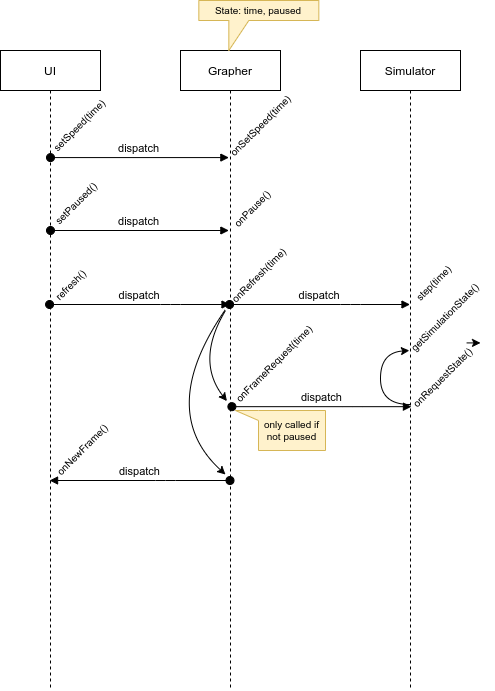
Before: design/diagrams/sequence/graph sequence.png, a diagram exported from draw.io (EmmanuelMess/ConstraintBasedSimulator). Source tidied: cells renumbered, new cells last; positions are measured from the earlier drawing's top-left corner, leaving out a move shared by most shapes. The source it was exported from:
```xml
<mxGraphModel>
  <root>
    <mxCell id="0" />
    <mxCell id="1" parent="0" />
    <mxCell id="2" value="UI" style="shape=umlLifeline;perimeter=lifelinePerimeter;rounded=0;shadow=0;strokeWidth=1;" parent="1" vertex="1">
      <mxGeometry y="50" width="100" height="640" as="geometry" />
    </mxCell>
    <mxCell id="3" value="&lt;font style=&quot;font-size: 10px;&quot;&gt;refresh()&lt;/font&gt;" style="text;html=1;strokeColor=none;fillColor=none;align=center;verticalAlign=middle;whiteSpace=wrap;rounded=0;rotation=-45;" parent="2" vertex="1">
      <mxGeometry x="45.7" y="220" width="48.5" height="30" as="geometry" />
    </mxCell>
    <mxCell id="4" value="Grapher" style="shape=umlLifeline;perimeter=lifelinePerimeter;rounded=0;shadow=0;strokeWidth=1;" parent="1" vertex="1">
      <mxGeometry x="180" y="50" width="100" height="640" as="geometry" />
    </mxCell>
    <mxCell id="5" value="Simulator" style="shape=umlLifeline;perimeter=lifelinePerimeter;rounded=0;shadow=0;strokeWidth=1;" parent="1" vertex="1">
      <mxGeometry x="360" y="50" width="100" height="640" as="geometry" />
    </mxCell>
    <mxCell id="6" value="dispatch" style="verticalAlign=bottom;startArrow=oval;endArrow=block;startSize=8;shadow=0;strokeWidth=1;strokeColor=default;" parent="1" edge="1" source="2" target="4">
      <mxGeometry relative="1" as="geometry">
        <Array as="points">
          <mxPoint x="170" y="304" />
        </Array>
      </mxGeometry>
    </mxCell>
    <mxCell id="7" value="&lt;font style=&quot;font-size: 10px;&quot;&gt;setSpeed(time)&lt;/font&gt;" style="text;html=1;strokeColor=none;fillColor=none;align=center;verticalAlign=middle;whiteSpace=wrap;rounded=0;rotation=-45;" parent="1" vertex="1">
      <mxGeometry x="36" y="110" width="85.9" height="30" as="geometry" />
    </mxCell>
    <mxCell id="8" value="dispatch" style="verticalAlign=bottom;startArrow=oval;endArrow=block;startSize=8;shadow=0;strokeWidth=1;entryX=0.483;entryY=0.233;entryDx=0;entryDy=0;entryPerimeter=0;" parent="1" edge="1">
      <mxGeometry relative="1" as="geometry">
        <mxPoint x="50" y="157.1" as="sourcePoint" />
        <mxPoint x="228.4" y="157.1" as="targetPoint" />
      </mxGeometry>
    </mxCell>
    <mxCell id="9" value="&lt;font style=&quot;font-size: 10px;&quot;&gt;setPaused()&lt;/font&gt;" style="text;html=1;strokeColor=none;fillColor=none;align=center;verticalAlign=middle;whiteSpace=wrap;rounded=0;rotation=-45;" parent="1" vertex="1">
      <mxGeometry x="38.9" y="188.3" width="73.8" height="30" as="geometry" />
    </mxCell>
    <mxCell id="10" value="dispatch" style="verticalAlign=bottom;startArrow=oval;endArrow=block;startSize=8;shadow=0;strokeWidth=1;entryX=0.483;entryY=0.233;entryDx=0;entryDy=0;entryPerimeter=0;" parent="1" edge="1">
      <mxGeometry relative="1" as="geometry">
        <mxPoint x="50" y="230" as="sourcePoint" />
        <mxPoint x="228.4" y="230" as="targetPoint" />
      </mxGeometry>
    </mxCell>
    <mxCell id="11" value="&lt;font style=&quot;font-size: 10px;&quot;&gt;onRefresh(time)&lt;/font&gt;" style="text;html=1;strokeColor=none;fillColor=none;align=center;verticalAlign=middle;whiteSpace=wrap;rounded=0;rotation=-45;" parent="1" vertex="1">
      <mxGeometry x="218.5" y="260.5" width="80" height="30" as="geometry" />
    </mxCell>
    <mxCell id="12" value="dispatch" style="verticalAlign=bottom;startArrow=oval;endArrow=block;startSize=8;shadow=0;strokeWidth=1;" parent="1" edge="1" source="4" target="5">
      <mxGeometry relative="1" as="geometry">
        <Array as="points">
          <mxPoint x="350.1" y="304" />
        </Array>
      </mxGeometry>
    </mxCell>
    <mxCell id="13" value="&lt;font style=&quot;font-size: 10px;&quot;&gt;step(time)&lt;/font&gt;" style="text;html=1;strokeColor=none;fillColor=none;align=center;verticalAlign=middle;whiteSpace=wrap;rounded=0;rotation=-45;" parent="1" vertex="1">
      <mxGeometry x="402.9" y="267.5" width="60" height="30" as="geometry" />
    </mxCell>
    <mxCell id="14" value="&lt;font style=&quot;font-size: 10px;&quot;&gt;onFrameRequest(time)&lt;/font&gt;" style="text;html=1;strokeColor=none;fillColor=none;align=center;verticalAlign=middle;whiteSpace=wrap;rounded=0;rotation=-45;" parent="1" vertex="1">
      <mxGeometry x="214.1" y="348.5" width="120" height="30" as="geometry" />
    </mxCell>
    <mxCell id="15" value="dispatch" style="verticalAlign=bottom;startArrow=oval;endArrow=block;startSize=8;shadow=0;strokeWidth=1;" parent="1" edge="1">
      <mxGeometry relative="1" as="geometry">
        <mxPoint x="231.4" y="406.2" as="sourcePoint" />
        <mxPoint x="411" y="406.2" as="targetPoint" />
        <Array as="points">
          <mxPoint x="351.5" y="406.2" />
        </Array>
      </mxGeometry>
    </mxCell>
    <mxCell id="16" style="edgeStyle=orthogonalEdgeStyle;rounded=0;jettySize=auto;html=1;exitX=1;exitY=0.25;exitDx=0;exitDy=0;fontSize=10;" parent="1" edge="1" source="17">
      <mxGeometry relative="1" as="geometry">
        <mxPoint x="480" y="342.1" as="targetPoint" />
      </mxGeometry>
    </mxCell>
    <mxCell id="17" value="&lt;font style=&quot;font-size: 10px;&quot;&gt;onRequestState()&lt;/font&gt;" style="text;html=1;strokeColor=none;fillColor=none;align=center;verticalAlign=middle;whiteSpace=wrap;rounded=0;rotation=-45;" parent="1" vertex="1">
      <mxGeometry x="401.1" y="361.8" width="82.3" height="30" as="geometry" />
    </mxCell>
    <mxCell id="18" style="curved=1;endArrow=classic;html=1;rounded=0;fontSize=10;entryX=0.053;entryY=0.444;entryDx=0;entryDy=0;entryPerimeter=0;" parent="1" edge="1" source="5" target="19">
      <mxGeometry relative="1" as="geometry">
        <Array as="points">
          <mxPoint x="380" y="404" />
          <mxPoint x="380" y="352" />
        </Array>
      </mxGeometry>
    </mxCell>
    <mxCell id="19" value="&lt;font style=&quot;font-size: 10px;&quot;&gt;getSimulationState()&lt;/font&gt;" style="text;html=1;strokeColor=none;fillColor=none;align=center;verticalAlign=middle;whiteSpace=wrap;rounded=0;rotation=-45;" parent="1" vertex="1">
      <mxGeometry x="390.1" y="301.9" width="108.5" height="30" as="geometry" />
    </mxCell>
    <mxCell id="20" value="&lt;span style=&quot;font-size: 10px;&quot;&gt;onPause()&lt;/span&gt;" style="text;html=1;strokeColor=none;fillColor=none;align=center;verticalAlign=middle;whiteSpace=wrap;rounded=0;rotation=-45;" parent="1" vertex="1">
      <mxGeometry x="221.3" y="192.7" width="61.5" height="30" as="geometry" />
    </mxCell>
    <mxCell id="21" value="&lt;span style=&quot;font-size: 10px;&quot;&gt;onSetSpeed(time)&lt;/span&gt;" style="text;html=1;strokeColor=none;fillColor=none;align=center;verticalAlign=middle;whiteSpace=wrap;rounded=0;rotation=-45;" parent="1" vertex="1">
      <mxGeometry x="211.2" y="110" width="98.1" height="30" as="geometry" />
    </mxCell>
    <mxCell id="22" value="State: time, paused" style="shape=callout;whiteSpace=wrap;html=1;perimeter=calloutPerimeter;fontSize=10;size=30;position=0.25;position2=0.25;fillColor=#fff2cc;strokeColor=#d6b656;" parent="1" vertex="1">
      <mxGeometry x="198.3" width="120" height="50" as="geometry" />
    </mxCell>
    <mxCell id="23" value="only called if not paused" style="shape=callout;whiteSpace=wrap;html=1;perimeter=calloutPerimeter;fontSize=10;direction=south;position2=0;fillColor=#fff2cc;strokeColor=#d6b656;size=23;position=0;base=10;" parent="1" vertex="1">
      <mxGeometry x="235" y="410" width="90" height="40" as="geometry" />
    </mxCell>
    <mxCell id="24" value="&lt;font style=&quot;font-size: 10px;&quot;&gt;onNewFrame()&lt;/font&gt;" style="text;html=1;strokeColor=none;fillColor=none;align=center;verticalAlign=middle;whiteSpace=wrap;rounded=0;rotation=-45;" parent="1" vertex="1">
      <mxGeometry x="37.5" y="433.6" width="89" height="30" as="geometry" />
    </mxCell>
    <mxCell id="25" style="curved=1;endArrow=classic;html=1;rounded=0;fontSize=10;entryX=0;entryY=0.25;entryDx=0;entryDy=0;" parent="1" edge="1" target="14">
      <mxGeometry relative="1" as="geometry">
        <mxPoint x="225" y="310" as="sourcePoint" />
        <Array as="points">
          <mxPoint x="195" y="360" />
        </Array>
      </mxGeometry>
    </mxCell>
    <mxCell id="26" value="dispatch" style="verticalAlign=bottom;startArrow=oval;endArrow=block;startSize=8;shadow=0;strokeWidth=1;strokeColor=default;" parent="1" edge="1" source="4" target="2">
      <mxGeometry relative="1" as="geometry">
        <Array as="points">
          <mxPoint x="165" y="480" />
        </Array>
      </mxGeometry>
    </mxCell>
    <mxCell id="27" style="curved=1;endArrow=classic;html=1;rounded=0;fontSize=10;" parent="1" edge="1">
      <mxGeometry relative="1" as="geometry">
        <mxPoint x="225" y="309" as="sourcePoint" />
        <mxPoint x="225" y="474" as="targetPoint" />
        <Array as="points">
          <mxPoint x="155" y="410" />
        </Array>
      </mxGeometry>
    </mxCell>
  </root>
</mxGraphModel>
```
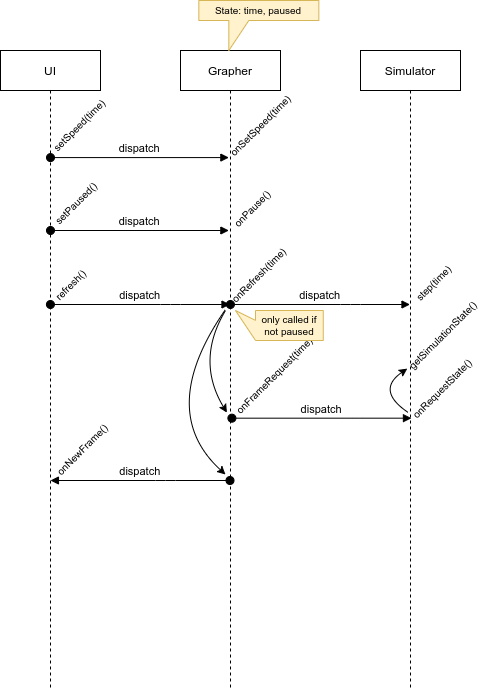
The same file after the commit.

Commit message:
Fix bug in sequence graph

What changed in the source:
```diff
@@ -53,35 +53,29 @@
       <mxGeometry x="402.9" y="267.5" width="60" height="30" as="geometry" />
     </mxCell>
     <mxCell id="14" value="&lt;font style=&quot;font-size: 10px;&quot;&gt;onFrameRequest(time)&lt;/font&gt;" style="text;html=1;strokeColor=none;fillColor=none;align=center;verticalAlign=middle;whiteSpace=wrap;rounded=0;rotation=-45;" parent="1" vertex="1">
-      <mxGeometry x="214.1" y="348.5" width="120" height="30" as="geometry" />
+      <mxGeometry x="214.1" y="360" width="120" height="30" as="geometry" />
     </mxCell>
     <mxCell id="15" value="dispatch" style="verticalAlign=bottom;startArrow=oval;endArrow=block;startSize=8;shadow=0;strokeWidth=1;" parent="1" edge="1">
       <mxGeometry relative="1" as="geometry">
-        <mxPoint x="231.4" y="406.2" as="sourcePoint" />
-        <mxPoint x="411" y="406.2" as="targetPoint" />
+        <mxPoint x="231.4" y="417.7" as="sourcePoint" />
+        <mxPoint x="411" y="417.7" as="targetPoint" />
         <Array as="points">
-          <mxPoint x="351.5" y="406.2" />
+          <mxPoint x="351.5" y="417.7" />
         </Array>
       </mxGeometry>
     </mxCell>
-    <mxCell id="16" style="edgeStyle=orthogonalEdgeStyle;rounded=0;jettySize=auto;html=1;exitX=1;exitY=0.25;exitDx=0;exitDy=0;fontSize=10;" parent="1" edge="1" source="17">
-      <mxGeometry relative="1" as="geometry">
-        <mxPoint x="480" y="342.1" as="targetPoint" />
-      </mxGeometry>
-    </mxCell>
     <mxCell id="17" value="&lt;font style=&quot;font-size: 10px;&quot;&gt;onRequestState()&lt;/font&gt;" style="text;html=1;strokeColor=none;fillColor=none;align=center;verticalAlign=middle;whiteSpace=wrap;rounded=0;rotation=-45;" parent="1" vertex="1">
-      <mxGeometry x="401.1" y="361.8" width="82.3" height="30" as="geometry" />
+      <mxGeometry x="401.1" y="373.3" width="82.3" height="30" as="geometry" />
     </mxCell>
-    <mxCell id="18" style="curved=1;endArrow=classic;html=1;rounded=0;fontSize=10;entryX=0.053;entryY=0.444;entryDx=0;entryDy=0;entryPerimeter=0;" parent="1" edge="1" source="5" target="19">
+    <mxCell id="18" style="curved=1;endArrow=classic;html=1;rounded=0;fontSize=10;entryX=0.053;entryY=0.444;entryDx=0;entryDy=0;entryPerimeter=0;exitX=0;exitY=0.25;exitDx=0;exitDy=0;" parent="1" edge="1" source="17" target="19">
       <mxGeometry relative="1" as="geometry">
         <Array as="points">
-          <mxPoint x="380" y="404" />
-          <mxPoint x="380" y="352" />
+          <mxPoint x="375" y="390" />
         </Array>
       </mxGeometry>
     </mxCell>
     <mxCell id="19" value="&lt;font style=&quot;font-size: 10px;&quot;&gt;getSimulationState()&lt;/font&gt;" style="text;html=1;strokeColor=none;fillColor=none;align=center;verticalAlign=middle;whiteSpace=wrap;rounded=0;rotation=-45;" parent="1" vertex="1">
-      <mxGeometry x="390.1" y="301.9" width="108.5" height="30" as="geometry" />
+      <mxGeometry x="388" y="320" width="108.5" height="30" as="geometry" />
     </mxCell>
     <mxCell id="20" value="&lt;span style=&quot;font-size: 10px;&quot;&gt;onPause()&lt;/span&gt;" style="text;html=1;strokeColor=none;fillColor=none;align=center;verticalAlign=middle;whiteSpace=wrap;rounded=0;rotation=-45;" parent="1" vertex="1">
       <mxGeometry x="221.3" y="192.7" width="61.5" height="30" as="geometry" />
@@ -92,8 +86,8 @@
     <mxCell id="22" value="State: time, paused" style="shape=callout;whiteSpace=wrap;html=1;perimeter=calloutPerimeter;fontSize=10;size=30;position=0.25;position2=0.25;fillColor=#fff2cc;strokeColor=#d6b656;" parent="1" vertex="1">
       <mxGeometry x="198.3" width="120" height="50" as="geometry" />
     </mxCell>
-    <mxCell id="23" value="only called if not paused" style="shape=callout;whiteSpace=wrap;html=1;perimeter=calloutPerimeter;fontSize=10;direction=south;position2=0;fillColor=#fff2cc;strokeColor=#d6b656;size=23;position=0;base=10;" parent="1" vertex="1">
-      <mxGeometry x="235" y="410" width="90" height="40" as="geometry" />
+    <mxCell id="23" value="only called if not paused" style="shape=callout;whiteSpace=wrap;html=1;perimeter=calloutPerimeter;fontSize=10;direction=south;position2=0;fillColor=#fff2cc;strokeColor=#d6b656;size=20;position=0.33;base=20;" parent="1" vertex="1">
+      <mxGeometry x="235" y="310" width="87.8" height="30" as="geometry" />
     </mxCell>
     <mxCell id="24" value="&lt;font style=&quot;font-size: 10px;&quot;&gt;onNewFrame()&lt;/font&gt;" style="text;html=1;strokeColor=none;fillColor=none;align=center;verticalAlign=middle;whiteSpace=wrap;rounded=0;rotation=-45;" parent="1" vertex="1">
       <mxGeometry x="37.5" y="433.6" width="89" height="30" as="geometry" />
```
